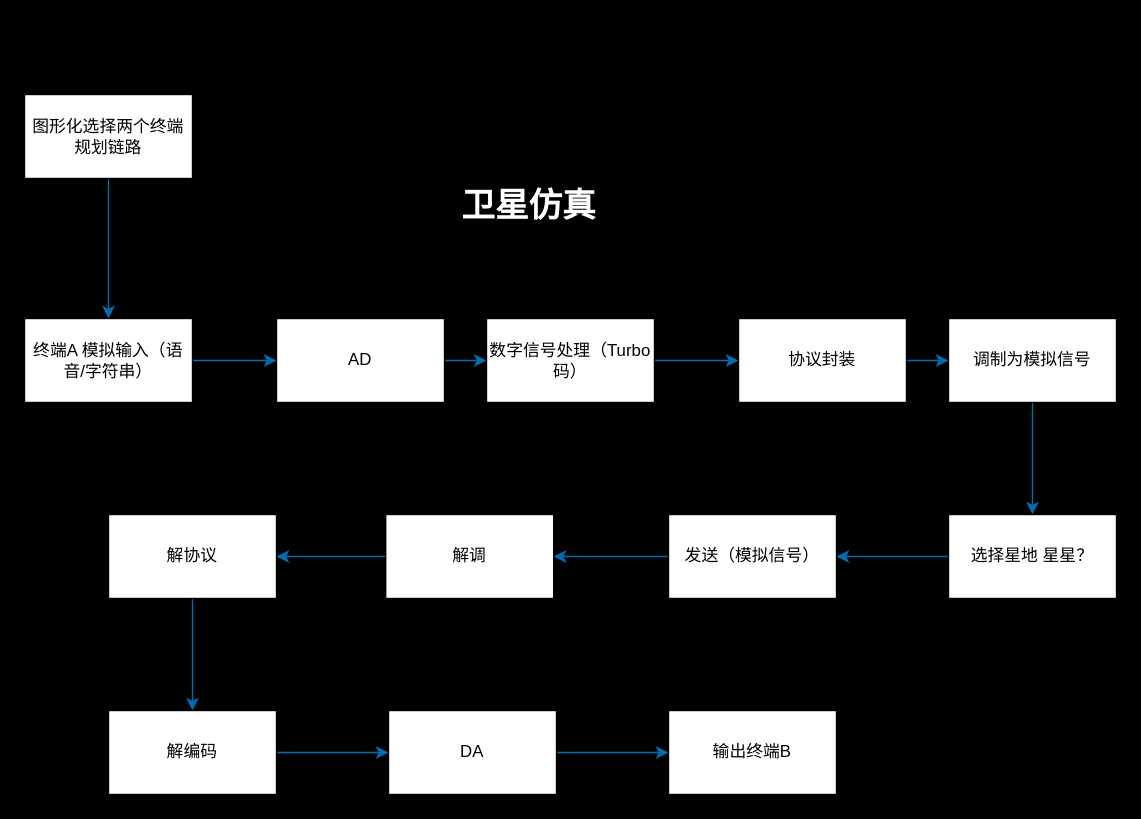
This is flow.drawio from RAGI2023/SatelliteSim, a draw.io file, before an edit. Source tidied: cells renumbered, new cells numbered last; positions are measured from the earlier drawing's top-left corner, leaving out a move shared by most shapes. Both pictures are drawn from the tidied source at 140%, with x=0, y=0 at pixel (24, 94).
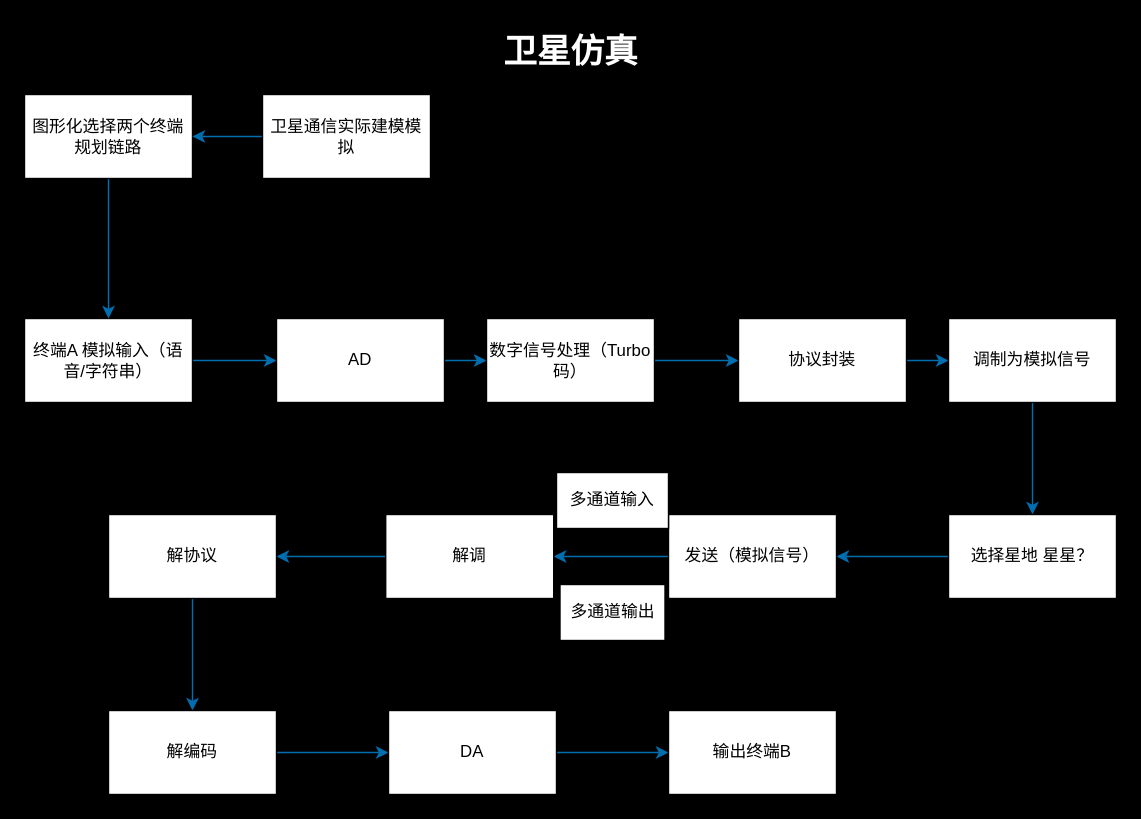
The same page after the edit.

The change refers to these unchanged cells:
```xml
<mxCell id="28" value="图形化选择两个终端&lt;br&gt;规划链路" style="rounded=0;whiteSpace=wrap;html=1;labelBackgroundColor=none;" parent="1" vertex="1">
  <mxGeometry width="120" height="60" as="geometry" />
</mxCell>
```

Diff of the diagram source:
```diff
@@
     <mxCell id="25" value="&lt;font color=&quot;#ffffff&quot;&gt;卫星仿真&lt;/font&gt;" style="text;html=1;fontSize=24;fontStyle=1;verticalAlign=middle;align=center;labelBackgroundColor=none;" parent="1" vertex="1">
-      <mxGeometry x="310" y="60" width="100" height="40" as="geometry" />
+      <mxGeometry x="340" y="-50" width="100" height="40" as="geometry" />
     </mxCell>
@@
+    <mxCell id="29" style="edgeStyle=orthogonalEdgeStyle;rounded=0;jettySize=auto;html=1;fillColor=#1ba1e2;strokeColor=#006EAF;" parent="1" edge="1" source="30" target="28">
+      <mxGeometry relative="1" as="geometry" />
+    </mxCell>
+    <mxCell id="30" value="卫星通信实际建模模拟" style="rounded=0;whiteSpace=wrap;html=1;" parent="1" vertex="1">
+      <mxGeometry x="170" width="120" height="60" as="geometry" />
+    </mxCell>
+    <mxCell id="31" value="多通道输入" style="rounded=0;whiteSpace=wrap;html=1;" parent="1" vertex="1">
+      <mxGeometry x="380" y="270" width="80" height="40" as="geometry" />
+    </mxCell>
+    <mxCell id="32" value="多通道输出" style="rounded=0;whiteSpace=wrap;html=1;" parent="1" vertex="1">
+      <mxGeometry x="382.5" y="350" width="75" height="40" as="geometry" />
+    </mxCell>
```
